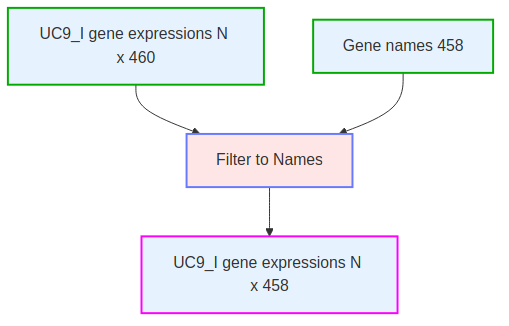
The Mermaid diagram mermaid/UC9_I_genes460_to_genes458.png in catskillsresearch/broad-3-catskills, before a commit. Its source is kept beside it as mermaid/UC9_I_genes460_to_genes458.mmd.
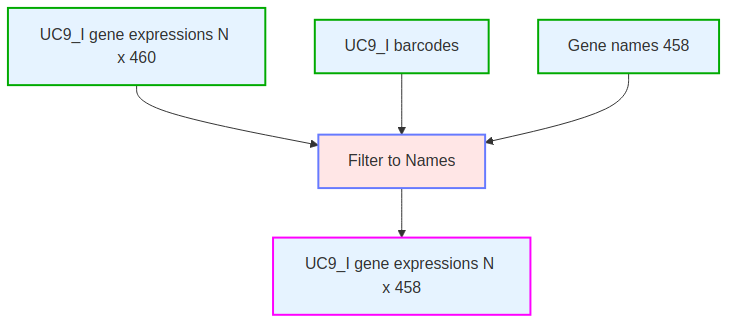
Later version of the same file.

The edit, as a diff of the source:
```diff
@@ -7,6 +7,7 @@
     classDef outputMetric fill:#e6f3ff,stroke:#FFFF00,stroke-width:2px
 
     data17["Gene names 458"]:::inputData
+    data23["UC9_I barcodes"]:::inputData
     data6["UC9_I gene expressions N x 460"]:::inputData
-    data6 & data17--> op4["Filter to Names"]:::op
+    data6 & data23 & data17--> op4["Filter to Names"]:::op
     op4 --> data7["UC9_I gene expressions N x 458"]:::outputData
```
